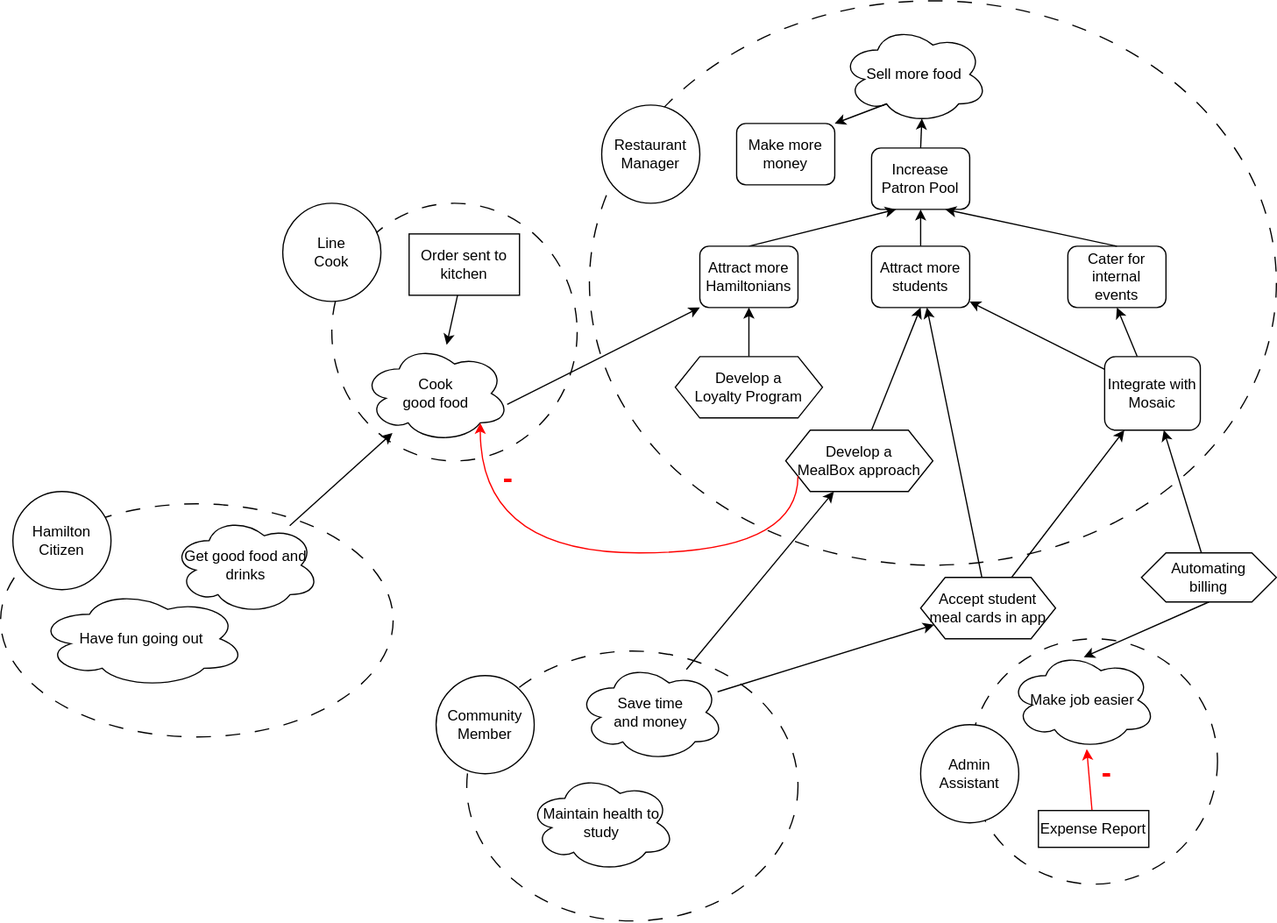
ace-lectures/atco-eats keeps this draw.io diagram as models/goal_model.svg. Above is the earlier version. Source tidied: cells renumbered, new cells last; positions are measured from the earlier drawing's top-left corner, leaving out a move shared by most shapes.
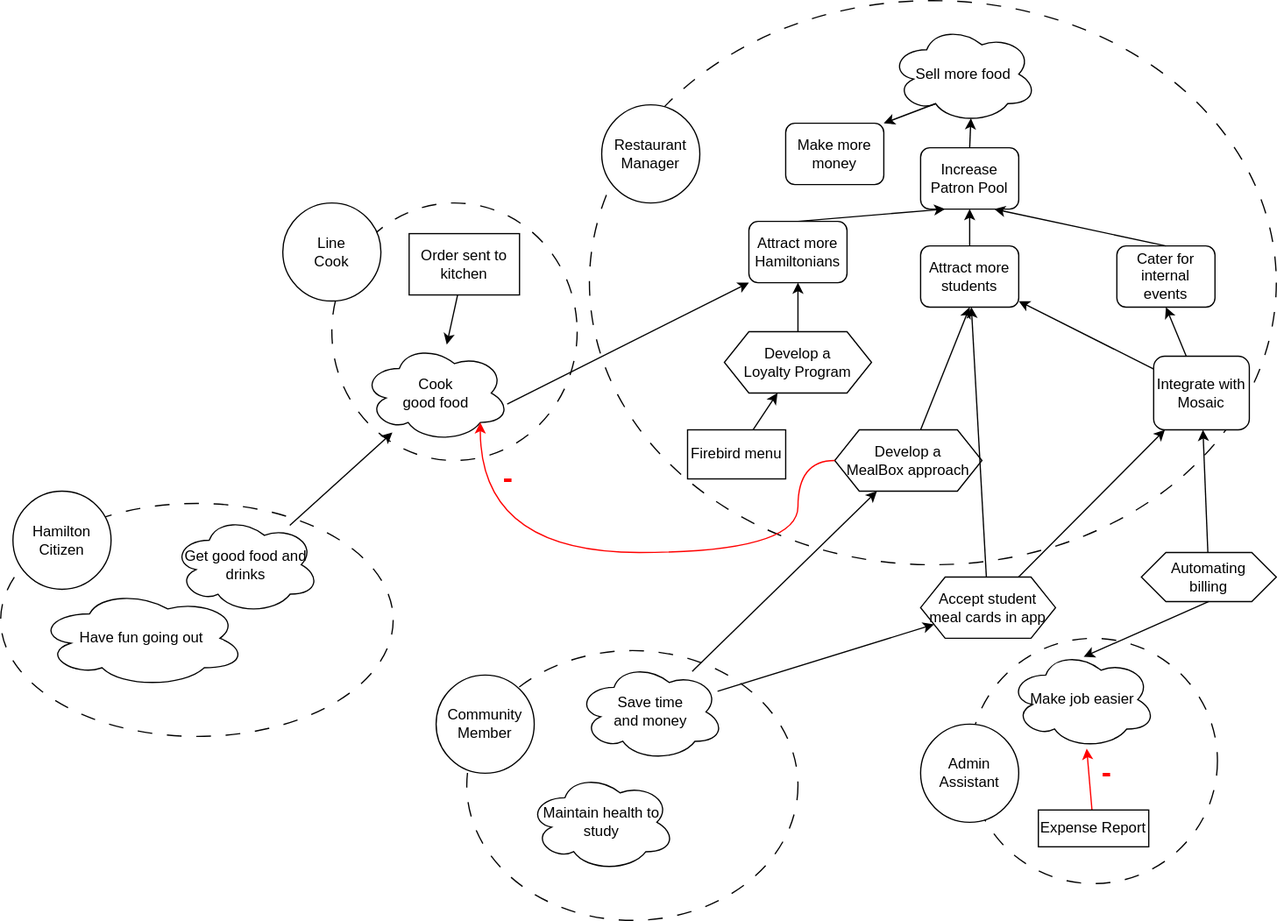
Above is the later version.

Commit message:
Added Firebird menu as a resource for the loyalty program

Change to the diagram source:
```diff
@@ -6,7 +6,7 @@
       <mxGeometry x="480" width="560" height="460" as="geometry" />
     </mxCell>
     <mxCell id="3" value="Sell more food" style="ellipse;shape=cloud;whiteSpace=wrap;html=1;" parent="1" vertex="1">
-      <mxGeometry x="685" y="20" width="120" height="80" as="geometry" />
+      <mxGeometry x="725" y="20" width="120" height="80" as="geometry" />
     </mxCell>
     <mxCell id="4" value="Restaurant&lt;br&gt;Manager" style="ellipse;whiteSpace=wrap;html=1;" parent="1" vertex="1">
       <mxGeometry x="490" y="85" width="80" height="80" as="geometry" />
@@ -15,31 +15,31 @@
       <mxGeometry relative="1" as="geometry" />
     </mxCell>
     <mxCell id="6" value="Increase Patron Pool" style="rounded=1;whiteSpace=wrap;html=1;" parent="1" vertex="1">
-      <mxGeometry x="710" y="120" width="80" height="50" as="geometry" />
+      <mxGeometry x="750" y="120" width="80" height="50" as="geometry" />
     </mxCell>
     <mxCell id="7" style="rounded=0;jettySize=auto;html=1;entryX=0.5;entryY=1;entryDx=0;entryDy=0;" parent="1" edge="1" source="8" target="12">
       <mxGeometry relative="1" as="geometry" />
     </mxCell>
     <mxCell id="8" value="Develop a &lt;br&gt;Loyalty Program" style="shape=hexagon;perimeter=hexagonPerimeter2;whiteSpace=wrap;html=1;fixedSize=1;" parent="1" vertex="1">
-      <mxGeometry x="550" y="290" width="120" height="50" as="geometry" />
+      <mxGeometry x="590" y="270" width="120" height="50" as="geometry" />
     </mxCell>
     <mxCell id="9" style="rounded=0;jettySize=auto;html=1;entryX=0.5;entryY=1;entryDx=0;entryDy=0;" parent="1" edge="1" source="10" target="14">
       <mxGeometry relative="1" as="geometry" />
     </mxCell>
     <mxCell id="10" value="Develop a &lt;br&gt;MealBox approach" style="shape=hexagon;perimeter=hexagonPerimeter2;whiteSpace=wrap;html=1;fixedSize=1;" parent="1" vertex="1">
-      <mxGeometry x="640" y="350" width="120" height="50" as="geometry" />
+      <mxGeometry x="680" y="350" width="120" height="50" as="geometry" />
     </mxCell>
     <mxCell id="11" style="rounded=0;jettySize=auto;html=1;entryX=0.25;entryY=1;entryDx=0;entryDy=0;exitX=0.5;exitY=0;exitDx=0;exitDy=0;" parent="1" edge="1" source="12" target="6">
       <mxGeometry relative="1" as="geometry" />
     </mxCell>
     <mxCell id="12" value="Attract more Hamiltonians" style="rounded=1;whiteSpace=wrap;html=1;" parent="1" vertex="1">
-      <mxGeometry x="570" y="200" width="80" height="50" as="geometry" />
+      <mxGeometry x="610" y="180" width="80" height="50" as="geometry" />
     </mxCell>
     <mxCell id="13" style="rounded=0;jettySize=auto;html=1;entryX=0.5;entryY=1;entryDx=0;entryDy=0;" parent="1" edge="1" source="14" target="6">
       <mxGeometry relative="1" as="geometry" />
     </mxCell>
     <mxCell id="14" value="Attract more students" style="rounded=1;whiteSpace=wrap;html=1;" parent="1" vertex="1">
-      <mxGeometry x="710" y="200" width="80" height="50" as="geometry" />
+      <mxGeometry x="750" y="200" width="80" height="50" as="geometry" />
     </mxCell>
     <mxCell id="15" style="ellipse;whiteSpace=wrap;html=1;fillColor=none;dashed=1;dashPattern=12 12;" parent="1" vertex="1">
       <mxGeometry x="270" y="165" width="200" height="210" as="geometry" />
@@ -51,7 +51,7 @@
       <mxGeometry x="295" y="280" width="120" height="80" as="geometry" />
     </mxCell>
     <mxCell id="18" value="Make more money" style="rounded=1;whiteSpace=wrap;html=1;" parent="1" vertex="1">
-      <mxGeometry x="600" y="100" width="80" height="50" as="geometry" />
+      <mxGeometry x="640" y="100" width="80" height="50" as="geometry" />
     </mxCell>
     <mxCell id="19" style="endArrow=classic;html=1;rounded=0;exitX=0.31;exitY=0.8;exitDx=0;exitDy=0;exitPerimeter=0;entryX=1;entryY=0;entryDx=0;entryDy=0;" parent="1" edge="1" source="3" target="18">
       <mxGeometry relative="1" as="geometry" />
@@ -104,7 +104,7 @@
       <mxGeometry x="892" y="620" width="20" height="20" as="geometry" />
     </mxCell>
     <mxCell id="34" value="Cater for internal events" style="rounded=1;whiteSpace=wrap;html=1;" parent="1" vertex="1">
-      <mxGeometry x="870" y="200" width="80" height="50" as="geometry" />
+      <mxGeometry x="910" y="200" width="80" height="50" as="geometry" />
     </mxCell>
     <mxCell id="35" style="rounded=0;jettySize=auto;html=1;exitX=0.5;exitY=0;exitDx=0;exitDy=0;entryX=0.75;entryY=1;entryDx=0;entryDy=0;" parent="1" edge="1" source="34" target="6">
       <mxGeometry relative="1" as="geometry" />
@@ -155,7 +155,7 @@
       <mxGeometry relative="1" as="geometry" />
     </mxCell>
     <mxCell id="51" value="Integrate with Mosaic" style="rounded=1;whiteSpace=wrap;html=1;" parent="1" vertex="1">
-      <mxGeometry x="900" y="290" width="78" height="60" as="geometry" />
+      <mxGeometry x="940" y="290" width="78" height="60" as="geometry" />
     </mxCell>
     <mxCell id="52" style="rounded=0;jettySize=auto;html=1;" parent="1" edge="1" source="54" target="14">
       <mxGeometry relative="1" as="geometry" />
@@ -166,5 +166,11 @@
     <mxCell id="54" value="Accept student meal cards in app" style="shape=hexagon;perimeter=hexagonPerimeter2;whiteSpace=wrap;html=1;fixedSize=1;" parent="1" vertex="1">
       <mxGeometry x="750" y="470" width="110" height="50" as="geometry" />
     </mxCell>
+    <mxCell id="55" style="rounded=0;jettySize=auto;html=1;" parent="1" edge="1" source="56" target="8">
+      <mxGeometry relative="1" as="geometry" />
+    </mxCell>
+    <mxCell id="56" value="Firebird menu" style="rounded=0;whiteSpace=wrap;html=1;" parent="1" vertex="1">
+      <mxGeometry x="560" y="350" width="80" height="40" as="geometry" />
+    </mxCell>
   </root>
 </mxGraphModel>
```
